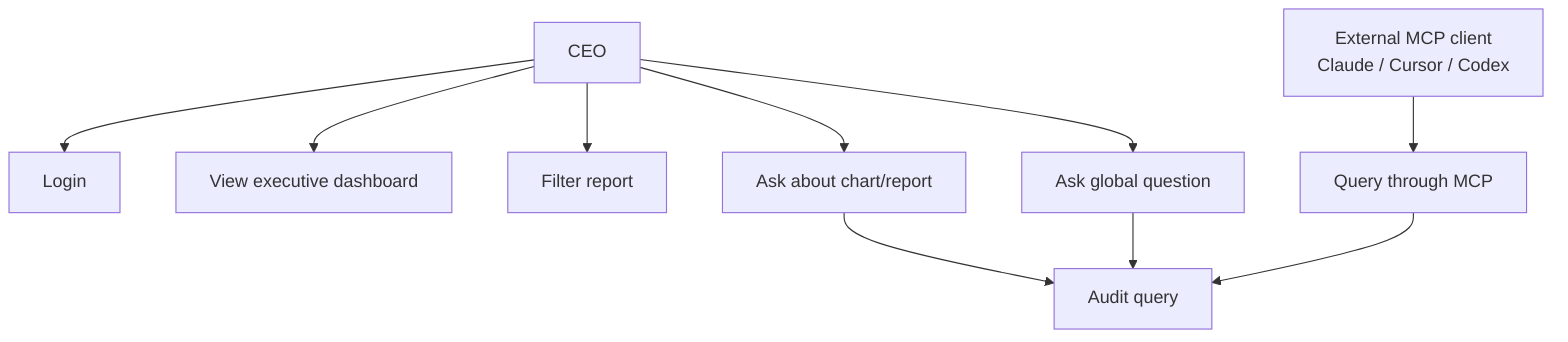
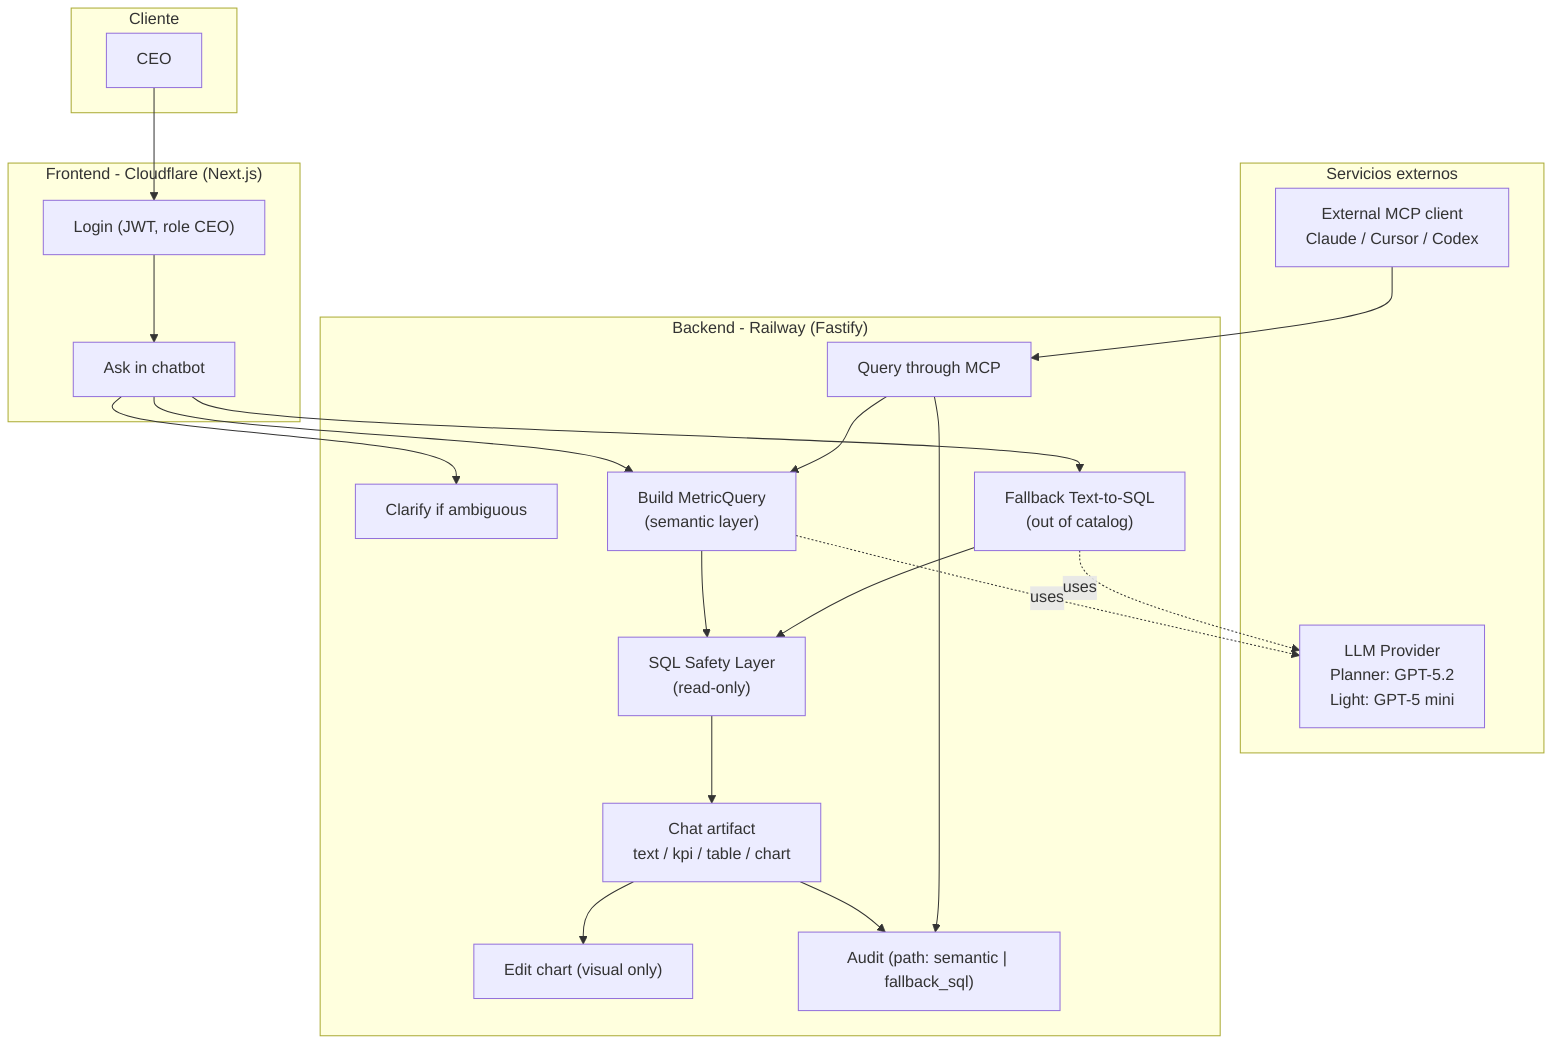
flowchart TB
-   CEO["CEO"]
-   External["External MCP client\nClaude / Cursor / Codex"]
+   subgraph client["Cliente"]
+     CEO["CEO"]
+   end

-   Login["Login"]
-   ViewDashboard["View executive dashboard"]
-   FilterReport["Filter report"]
-   AskChart["Ask about chart/report"]
-   GlobalChat["Ask global question"]
-   MCPQuery["Query through MCP"]
-   Audit["Audit query"]
+   subgraph external["Servicios externos"]
+     External["External MCP client\nClaude / Cursor / Codex"]
+     LLM["LLM Provider\nPlanner: GPT-5.2\nLight: GPT-5 mini"]
+   end
+ 
+   subgraph frontend["Frontend - Cloudflare (Next.js)"]
+     Login["Login (JWT, role CEO)"]
+     Chat["Ask in chatbot"]
+   end
+ 
+   subgraph backend["Backend - Railway (Fastify)"]
+     Clarify["Clarify if ambiguous"]
+     Metric["Build MetricQuery\n(semantic layer)"]
+     Fallback["Fallback Text-to-SQL\n(out of catalog)"]
+     Safety["SQL Safety Layer\n(read-only)"]
+     Artifact["Chat artifact\ntext / kpi / table / chart"]
+     EditChart["Edit chart (visual only)"]
+     MCPQuery["Query through MCP"]
+     Audit["Audit (path: semantic | fallback_sql)"]
+   end

  CEO --> Login
-   CEO --> ViewDashboard
-   CEO --> FilterReport
-   CEO --> AskChart
-   CEO --> GlobalChat
+   Login --> Chat
+   Chat --> Clarify
+   Chat --> Metric
+   Chat --> Fallback
+   Metric -. "uses" .-> LLM
+   Fallback -. "uses" .-> LLM
+   Metric --> Safety
+   Fallback --> Safety
+   Safety --> Artifact
+   Artifact --> EditChart
+   Artifact --> Audit
  External --> MCPQuery
- 
-   AskChart --> Audit
-   GlobalChat --> Audit
+   MCPQuery --> Metric
  MCPQuery --> Audit
